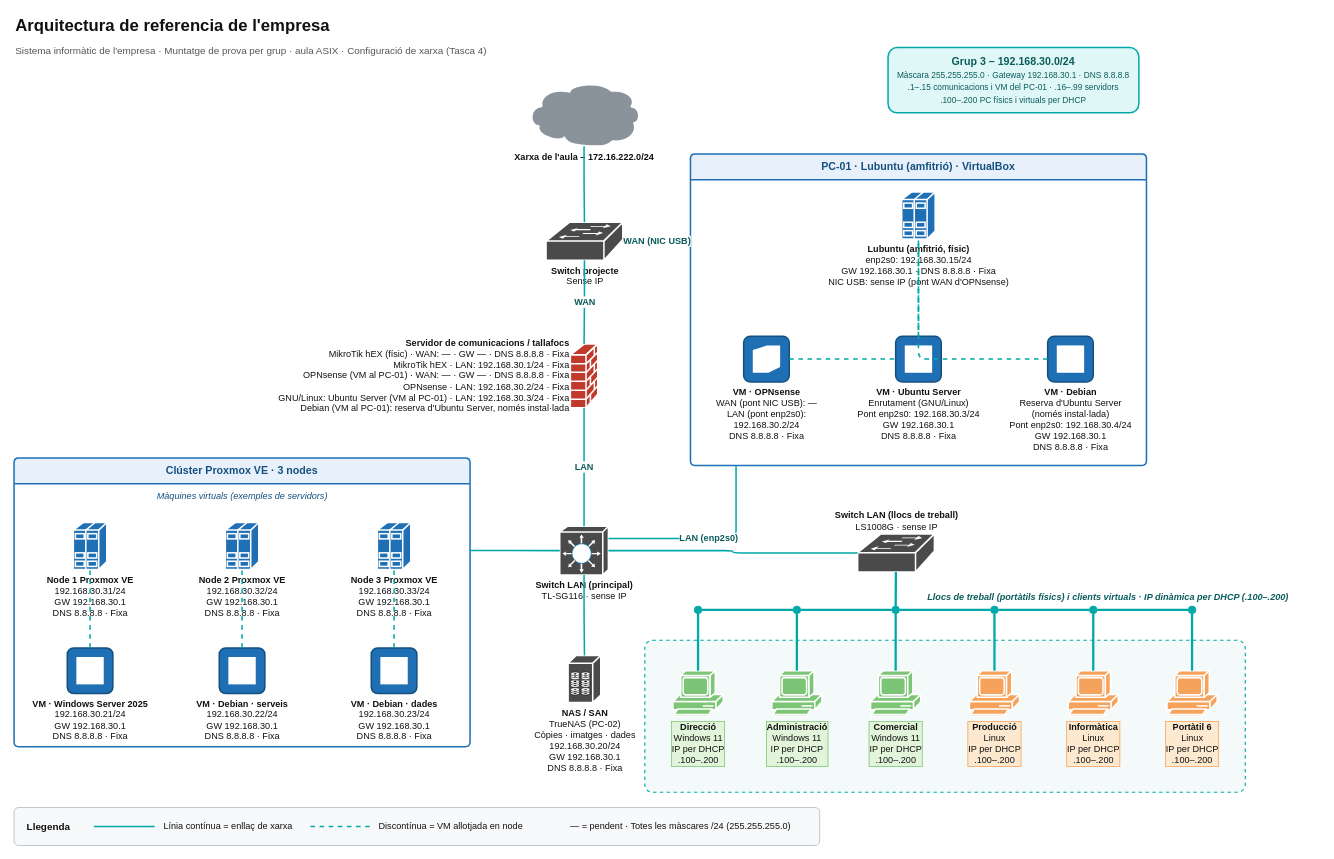
This is diagrames/arquitectura-red-tasca4.drawio from varo010/asix-aula-grup-03-ISO, a draw.io file, before an edit. Source tidied: cells renumbered, new cells numbered last; positions are measured from the earlier drawing's top-left corner, leaving out a move shared by most shapes. Both pictures are drawn from the tidied source at 76%, with x=0, y=0 at pixel (14, 13).
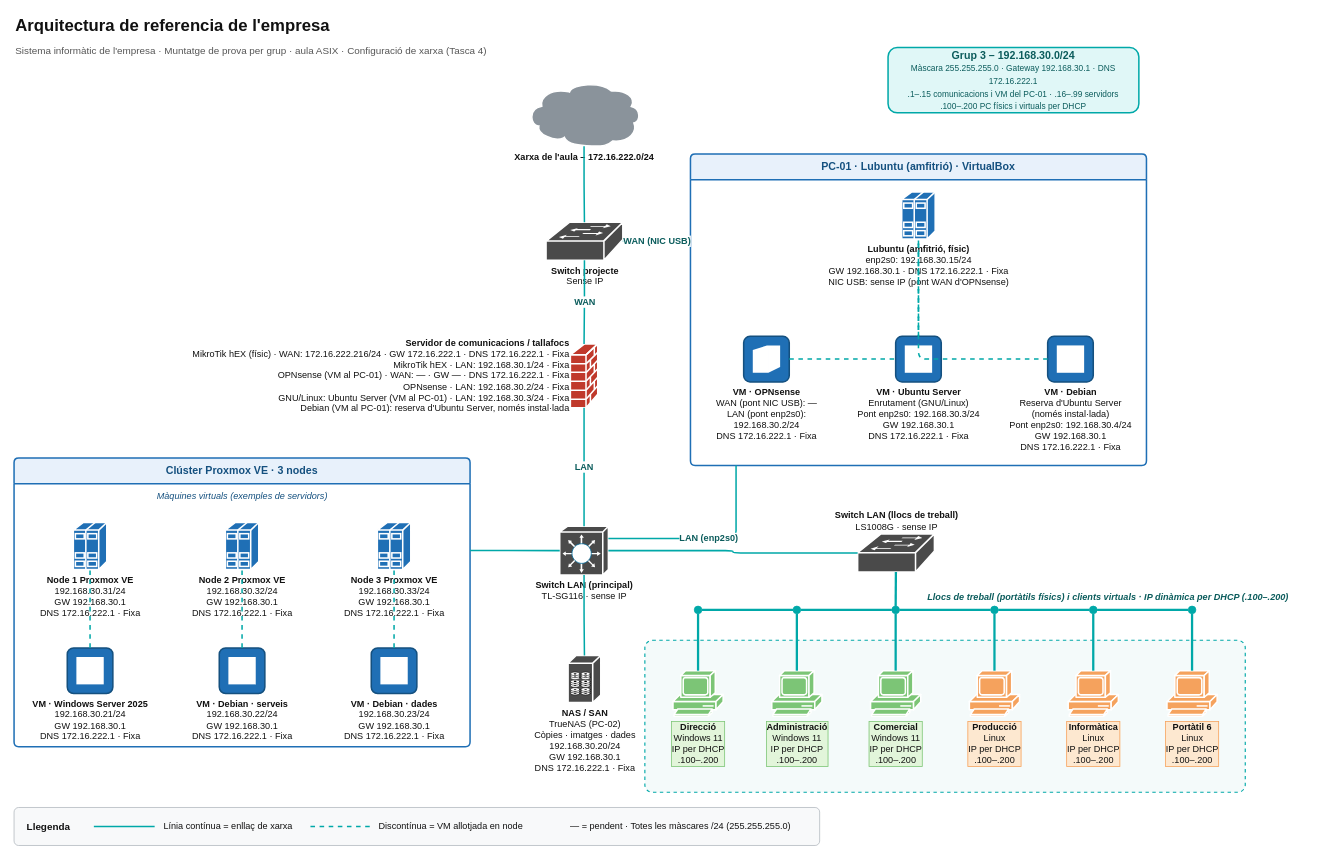
After the change.

Commit message (it also covers changes not shown here):
docs: WAN del MikroTik en 172.16.222.216 y DNS del centro (172.16.222.1) en lugar de 8.8.8.8

Unchanged cells that the change refers to:
```xml
<mxCell id="33" value="Clúster Proxmox VE · 3 nodes" style="swimlane;startSize=34;rounded=1;arcSize=6;fillColor=#E8F1FB;strokeColor=#1F6FB5;strokeWidth=2;fontStyle=1;fontSize=14;fontColor=#14507F;html=1;whiteSpace=wrap;" parent="1" vertex="1">
  <mxGeometry y="585" width="600" height="380" as="geometry" />
</mxCell>
<mxCell id="63" value="PC-01 · Lubuntu (amfitrió) · VirtualBox" style="swimlane;startSize=34;rounded=1;arcSize=6;fillColor=#E8F1FB;strokeColor=#1F6FB5;strokeWidth=2;fontStyle=1;fontSize=14;fontColor=#14507F;html=1;whiteSpace=wrap;" parent="1" vertex="1">
  <mxGeometry x="890" y="185" width="600" height="410" as="geometry" />
</mxCell>
```

Change to the diagram source:
```diff
@@
-    <mxCell id="4" value="&lt;b&gt;Grup 3 – 192.168.30.0/24&lt;/b&gt;&lt;br&gt;&lt;font style=&quot;font-size:11px&quot;&gt;Màscara 255.255.255.0 · Gateway 192.168.30.1 · DNS 8.8.8.8&lt;br&gt;.1–.15 comunicacions i VM del PC-01 · .16–.99 servidors&lt;br&gt;.100–.200 PC físics i virtuals per DHCP&lt;/font&gt;" style="rounded=1;arcSize=14;whiteSpace=wrap;html=1;fillColor=#E0F7F7;strokeColor=#00A8A8;strokeWidth=2;fontSize=14;fontColor=#0B5C5C;" parent="1" vertex="1">
+    <mxCell id="4" value="&lt;b&gt;Grup 3 – 192.168.30.0/24&lt;/b&gt;&lt;br&gt;&lt;font style=&quot;font-size:11px&quot;&gt;Màscara 255.255.255.0 · Gateway 192.168.30.1 · DNS 172.16.222.1&lt;br&gt;.1–.15 comunicacions i VM del PC-01 · .16–.99 servidors&lt;br&gt;.100–.200 PC físics i virtuals per DHCP&lt;/font&gt;" style="rounded=1;arcSize=14;whiteSpace=wrap;html=1;fillColor=#E0F7F7;strokeColor=#00A8A8;strokeWidth=2;fontSize=14;fontColor=#0B5C5C;" parent="1" vertex="1">
       <mxGeometry x="1150" y="45" width="330" height="86" as="geometry" />
     </mxCell>
@@
-    <mxCell id="7" value="&lt;b&gt;Servidor de comunicacions / tallafocs&lt;/b&gt;&lt;br&gt;MikroTik hEX (físic) · WAN: — · GW — · DNS 8.8.8.8 · Fixa&lt;br&gt;MikroTik hEX · LAN: 192.168.30.1/24 · Fixa&lt;br&gt;OPNsense (VM al PC-01) · WAN: — · GW — · DNS 8.8.8.8 · Fixa&lt;br&gt;OPNsense · LAN: 192.168.30.2/24 · Fixa&lt;br&gt;GNU/Linux: Ubuntu Server (VM al PC-01) · LAN: 192.168.30.3/24 · Fixa&lt;br&gt;Debian (VM al PC-01): reserva d'Ubuntu Server, només instal·lada" style="strokeColor=#ffffff;sketch=0;html=1;dashed=0;fillColor=#C0392B;strokeWidth=2;labelPosition=left;verticalLabelPosition=middle;verticalAlign=middle;align=right;outlineConnect=0;shape=mxgraph.cisco.security.firewall;fontSize=12;fontColor=#111111;labelPerimeter=1;" parent="1" vertex="1">
+    <mxCell id="7" value="&lt;b&gt;Servidor de comunicacions / tallafocs&lt;/b&gt;&lt;br&gt;MikroTik hEX (físic) · WAN: 172.16.222.216/24 · GW 172.16.222.1 · DNS 172.16.222.1 · Fixa&lt;br&gt;MikroTik hEX · LAN: 192.168.30.1/24 · Fixa&lt;br&gt;OPNsense (VM al PC-01) · WAN: — · GW — · DNS 172.16.222.1 · Fixa&lt;br&gt;OPNsense · LAN: 192.168.30.2/24 · Fixa&lt;br&gt;GNU/Linux: Ubuntu Server (VM al PC-01) · LAN: 192.168.30.3/24 · Fixa&lt;br&gt;Debian (VM al PC-01): reserva d'Ubuntu Server, només instal·lada" style="strokeColor=#ffffff;sketch=0;html=1;dashed=0;fillColor=#C0392B;strokeWidth=2;labelPosition=left;verticalLabelPosition=middle;verticalAlign=middle;align=right;outlineConnect=0;shape=mxgraph.cisco.security.firewall;fontSize=12;fontColor=#111111;labelPerimeter=1;" parent="1" vertex="1">
       <mxGeometry x="732" y="435" width="36" height="84" as="geometry" />
     </mxCell>
@@
-    <mxCell id="9" value="&lt;b&gt;NAS / SAN&lt;/b&gt;&lt;br&gt;TrueNAS (PC-02)&lt;br&gt;Còpies · imatges · dades&lt;br&gt;192.168.30.20/24&lt;br&gt;GW 192.168.30.1&lt;br&gt;DNS 8.8.8.8 · Fixa" style="strokeColor=#ffffff;sketch=0;html=1;dashed=0;fillColor=#4A4A4A;strokeWidth=2;verticalLabelPosition=bottom;verticalAlign=top;align=center;outlineConnect=0;shape=mxgraph.cisco.storage.fibre_channel_disk_subsystem;fontSize=12;fontColor=#111111;labelPerimeter=1;" parent="1" vertex="1">
+    <mxCell id="9" value="&lt;b&gt;NAS / SAN&lt;/b&gt;&lt;br&gt;TrueNAS (PC-02)&lt;br&gt;Còpies · imatges · dades&lt;br&gt;192.168.30.20/24&lt;br&gt;GW 192.168.30.1&lt;br&gt;DNS 172.16.222.1 · Fixa" style="strokeColor=#ffffff;sketch=0;html=1;dashed=0;fillColor=#4A4A4A;strokeWidth=2;verticalLabelPosition=bottom;verticalAlign=top;align=center;outlineConnect=0;shape=mxgraph.cisco.storage.fibre_channel_disk_subsystem;fontSize=12;fontColor=#111111;labelPerimeter=1;" parent="1" vertex="1">
       <mxGeometry x="729" y="845" width="43" height="62" as="geometry" />
     </mxCell>
@@
-    <mxCell id="35" value="&lt;b&gt;Node 1 Proxmox VE&lt;/b&gt;&lt;br&gt;192.168.30.31/24&lt;br&gt;GW 192.168.30.1&lt;br&gt;DNS 8.8.8.8 · Fixa" style="strokeColor=#ffffff;sketch=0;html=1;dashed=0;fillColor=#1F6FB5;strokeWidth=2;verticalLabelPosition=bottom;verticalAlign=top;align=center;outlineConnect=0;shape=mxgraph.cisco.servers.standard_host;fontSize=12;fontColor=#111111;labelPerimeter=1;" parent="33" vertex="1">
+    <mxCell id="35" value="&lt;b&gt;Node 1 Proxmox VE&lt;/b&gt;&lt;br&gt;192.168.30.31/24&lt;br&gt;GW 192.168.30.1&lt;br&gt;DNS 172.16.222.1 · Fixa" style="strokeColor=#ffffff;sketch=0;html=1;dashed=0;fillColor=#1F6FB5;strokeWidth=2;verticalLabelPosition=bottom;verticalAlign=top;align=center;outlineConnect=0;shape=mxgraph.cisco.servers.standard_host;fontSize=12;fontColor=#111111;labelPerimeter=1;" parent="33" vertex="1">
       <mxGeometry x="78" y="85" width="44" height="62" as="geometry" />
     </mxCell>
-    <mxCell id="36" value="&lt;b&gt;Node 2 Proxmox VE&lt;/b&gt;&lt;br&gt;192.168.30.32/24&lt;br&gt;GW 192.168.30.1&lt;br&gt;DNS 8.8.8.8 · Fixa" style="strokeColor=#ffffff;sketch=0;html=1;dashed=0;fillColor=#1F6FB5;strokeWidth=2;verticalLabelPosition=bottom;verticalAlign=top;align=center;outlineConnect=0;shape=mxgraph.cisco.servers.standard_host;fontSize=12;fontColor=#111111;labelPerimeter=1;" parent="33" vertex="1">
+    <mxCell id="36" value="&lt;b&gt;Node 2 Proxmox VE&lt;/b&gt;&lt;br&gt;192.168.30.32/24&lt;br&gt;GW 192.168.30.1&lt;br&gt;DNS 172.16.222.1 · Fixa" style="strokeColor=#ffffff;sketch=0;html=1;dashed=0;fillColor=#1F6FB5;strokeWidth=2;verticalLabelPosition=bottom;verticalAlign=top;align=center;outlineConnect=0;shape=mxgraph.cisco.servers.standard_host;fontSize=12;fontColor=#111111;labelPerimeter=1;" parent="33" vertex="1">
       <mxGeometry x="278" y="85" width="44" height="62" as="geometry" />
     </mxCell>
-    <mxCell id="37" value="&lt;b&gt;Node 3 Proxmox VE&lt;/b&gt;&lt;br&gt;192.168.30.33/24&lt;br&gt;GW 192.168.30.1&lt;br&gt;DNS 8.8.8.8 · Fixa" style="strokeColor=#ffffff;sketch=0;html=1;dashed=0;fillColor=#1F6FB5;strokeWidth=2;verticalLabelPosition=bottom;verticalAlign=top;align=center;outlineConnect=0;shape=mxgraph.cisco.servers.standard_host;fontSize=12;fontColor=#111111;labelPerimeter=1;" parent="33" vertex="1">
+    <mxCell id="37" value="&lt;b&gt;Node 3 Proxmox VE&lt;/b&gt;&lt;br&gt;192.168.30.33/24&lt;br&gt;GW 192.168.30.1&lt;br&gt;DNS 172.16.222.1 · Fixa" style="strokeColor=#ffffff;sketch=0;html=1;dashed=0;fillColor=#1F6FB5;strokeWidth=2;verticalLabelPosition=bottom;verticalAlign=top;align=center;outlineConnect=0;shape=mxgraph.cisco.servers.standard_host;fontSize=12;fontColor=#111111;labelPerimeter=1;" parent="33" vertex="1">
       <mxGeometry x="478" y="85" width="44" height="62" as="geometry" />
     </mxCell>
-    <mxCell id="38" value="&lt;b&gt;VM · Windows Server 2025&lt;/b&gt;&lt;br&gt;192.168.30.21/24&lt;br&gt;GW 192.168.30.1&lt;br&gt;DNS 8.8.8.8 · Fixa" style="rounded=1;arcSize=14;html=1;fillColor=#1F6FB5;strokeColor=#14507F;strokeWidth=2;verticalLabelPosition=bottom;verticalAlign=top;align=center;fontSize=12;fontColor=#111111;labelPerimeter=1;" parent="33" vertex="1">
+    <mxCell id="38" value="&lt;b&gt;VM · Windows Server 2025&lt;/b&gt;&lt;br&gt;192.168.30.21/24&lt;br&gt;GW 192.168.30.1&lt;br&gt;DNS 172.16.222.1 · Fixa" style="rounded=1;arcSize=14;html=1;fillColor=#1F6FB5;strokeColor=#14507F;strokeWidth=2;verticalLabelPosition=bottom;verticalAlign=top;align=center;fontSize=12;fontColor=#111111;labelPerimeter=1;" parent="33" vertex="1">
       <mxGeometry x="70" y="250" width="60" height="60" as="geometry" />
     </mxCell>
@@
-    <mxCell id="40" value="&lt;b&gt;VM · Debian · serveis&lt;/b&gt;&lt;br&gt;192.168.30.22/24&lt;br&gt;GW 192.168.30.1&lt;br&gt;DNS 8.8.8.8 · Fixa" style="rounded=1;arcSize=14;html=1;fillColor=#1F6FB5;strokeColor=#14507F;strokeWidth=2;verticalLabelPosition=bottom;verticalAlign=top;align=center;fontSize=12;fontColor=#111111;labelPerimeter=1;" parent="33" vertex="1">
+    <mxCell id="40" value="&lt;b&gt;VM · Debian · serveis&lt;/b&gt;&lt;br&gt;192.168.30.22/24&lt;br&gt;GW 192.168.30.1&lt;br&gt;DNS 172.16.222.1 · Fixa" style="rounded=1;arcSize=14;html=1;fillColor=#1F6FB5;strokeColor=#14507F;strokeWidth=2;verticalLabelPosition=bottom;verticalAlign=top;align=center;fontSize=12;fontColor=#111111;labelPerimeter=1;" parent="33" vertex="1">
       <mxGeometry x="270" y="250" width="60" height="60" as="geometry" />
     </mxCell>
@@
-    <mxCell id="42" value="&lt;b&gt;VM · Debian · dades&lt;/b&gt;&lt;br&gt;192.168.30.23/24&lt;br&gt;GW 192.168.30.1&lt;br&gt;DNS 8.8.8.8 · Fixa" style="rounded=1;arcSize=14;html=1;fillColor=#1F6FB5;strokeColor=#14507F;strokeWidth=2;verticalLabelPosition=bottom;verticalAlign=top;align=center;fontSize=12;fontColor=#111111;labelPerimeter=1;" parent="33" vertex="1">
+    <mxCell id="42" value="&lt;b&gt;VM · Debian · dades&lt;/b&gt;&lt;br&gt;192.168.30.23/24&lt;br&gt;GW 192.168.30.1&lt;br&gt;DNS 172.16.222.1 · Fixa" style="rounded=1;arcSize=14;html=1;fillColor=#1F6FB5;strokeColor=#14507F;strokeWidth=2;verticalLabelPosition=bottom;verticalAlign=top;align=center;fontSize=12;fontColor=#111111;labelPerimeter=1;" parent="33" vertex="1">
       <mxGeometry x="470" y="250" width="60" height="60" as="geometry" />
     </mxCell>
@@
-    <mxCell id="64" value="&lt;b&gt;Lubuntu (amfitrió, físic)&lt;/b&gt;&lt;br&gt;enp2s0: 192.168.30.15/24&lt;br&gt;GW 192.168.30.1 · DNS 8.8.8.8 · Fixa&lt;br&gt;NIC USB: sense IP (pont WAN d'OPNsense)" style="strokeColor=#ffffff;sketch=0;html=1;dashed=0;fillColor=#1F6FB5;strokeWidth=2;verticalLabelPosition=bottom;verticalAlign=top;align=center;outlineConnect=0;shape=mxgraph.cisco.servers.standard_host;fontSize=12;fontColor=#111111;labelPerimeter=1;" parent="63" vertex="1">
+    <mxCell id="64" value="&lt;b&gt;Lubuntu (amfitrió, físic)&lt;/b&gt;&lt;br&gt;enp2s0: 192.168.30.15/24&lt;br&gt;GW 192.168.30.1 · DNS 172.16.222.1 · Fixa&lt;br&gt;NIC USB: sense IP (pont WAN d'OPNsense)" style="strokeColor=#ffffff;sketch=0;html=1;dashed=0;fillColor=#1F6FB5;strokeWidth=2;verticalLabelPosition=bottom;verticalAlign=top;align=center;outlineConnect=0;shape=mxgraph.cisco.servers.standard_host;fontSize=12;fontColor=#111111;labelPerimeter=1;" parent="63" vertex="1">
       <mxGeometry x="278" y="50" width="44" height="62" as="geometry" />
     </mxCell>
-    <mxCell id="65" value="&lt;b&gt;VM · OPNsense&lt;/b&gt;&lt;br&gt;WAN (pont NIC USB): —&lt;br&gt;LAN (pont enp2s0):&lt;br&gt;192.168.30.2/24&lt;br&gt;DNS 8.8.8.8 · Fixa" style="rounded=1;arcSize=14;html=1;fillColor=#1F6FB5;strokeColor=#14507F;strokeWidth=2;verticalLabelPosition=bottom;verticalAlign=top;align=center;fontSize=12;fontColor=#111111;labelPerimeter=1;" parent="63" vertex="1">
+    <mxCell id="65" value="&lt;b&gt;VM · OPNsense&lt;/b&gt;&lt;br&gt;WAN (pont NIC USB): —&lt;br&gt;LAN (pont enp2s0):&lt;br&gt;192.168.30.2/24&lt;br&gt;DNS 172.16.222.1 · Fixa" style="rounded=1;arcSize=14;html=1;fillColor=#1F6FB5;strokeColor=#14507F;strokeWidth=2;verticalLabelPosition=bottom;verticalAlign=top;align=center;fontSize=12;fontColor=#111111;labelPerimeter=1;" parent="63" vertex="1">
       <mxGeometry x="70" y="240" width="60" height="60" as="geometry" />
     </mxCell>
@@
-    <mxCell id="68" value="&lt;b&gt;VM · Ubuntu Server&lt;/b&gt;&lt;br&gt;Enrutament (GNU/Linux)&lt;br&gt;Pont enp2s0: 192.168.30.3/24&lt;br&gt;GW 192.168.30.1&lt;br&gt;DNS 8.8.8.8 · Fixa" style="rounded=1;arcSize=14;html=1;fillColor=#1F6FB5;strokeColor=#14507F;strokeWidth=2;verticalLabelPosition=bottom;verticalAlign=top;align=center;fontSize=12;fontColor=#111111;labelPerimeter=1;" parent="63" vertex="1">
+    <mxCell id="68" value="&lt;b&gt;VM · Ubuntu Server&lt;/b&gt;&lt;br&gt;Enrutament (GNU/Linux)&lt;br&gt;Pont enp2s0: 192.168.30.3/24&lt;br&gt;GW 192.168.30.1&lt;br&gt;DNS 172.16.222.1 · Fixa" style="rounded=1;arcSize=14;html=1;fillColor=#1F6FB5;strokeColor=#14507F;strokeWidth=2;verticalLabelPosition=bottom;verticalAlign=top;align=center;fontSize=12;fontColor=#111111;labelPerimeter=1;" parent="63" vertex="1">
       <mxGeometry x="270" y="240" width="60" height="60" as="geometry" />
     </mxCell>
@@
-    <mxCell id="71" value="&lt;b&gt;VM · Debian&lt;/b&gt;&lt;br&gt;Reserva d'Ubuntu Server&lt;br&gt;(només instal·lada)&lt;br&gt;Pont enp2s0: 192.168.30.4/24&lt;br&gt;GW 192.168.30.1&lt;br&gt;DNS 8.8.8.8 · Fixa" style="rounded=1;arcSize=14;html=1;fillColor=#1F6FB5;strokeColor=#14507F;strokeWidth=2;verticalLabelPosition=bottom;verticalAlign=top;align=center;fontSize=12;fontColor=#111111;labelPerimeter=1;" parent="63" vertex="1">
+    <mxCell id="71" value="&lt;b&gt;VM · Debian&lt;/b&gt;&lt;br&gt;Reserva d'Ubuntu Server&lt;br&gt;(només instal·lada)&lt;br&gt;Pont enp2s0: 192.168.30.4/24&lt;br&gt;GW 192.168.30.1&lt;br&gt;DNS 172.16.222.1 · Fixa" style="rounded=1;arcSize=14;html=1;fillColor=#1F6FB5;strokeColor=#14507F;strokeWidth=2;verticalLabelPosition=bottom;verticalAlign=top;align=center;fontSize=12;fontColor=#111111;labelPerimeter=1;" parent="63" vertex="1">
       <mxGeometry x="470" y="240" width="60" height="60" as="geometry" />
     </mxCell>
```
